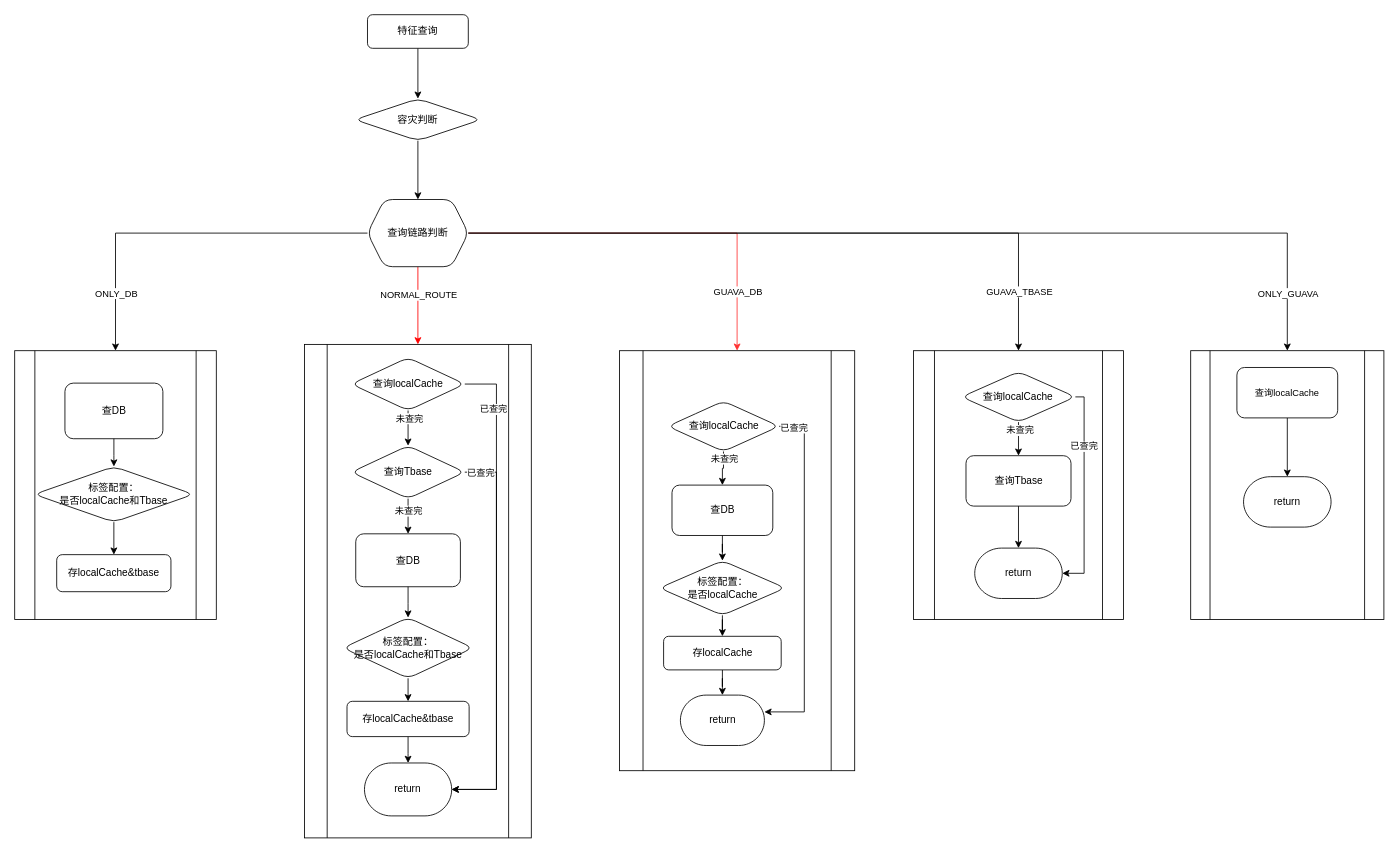
Before: doc/draw/缓存流程.drawio in LiYeLin/fruitSellerClient, a draw.io diagram. Source tidied: cells renumbered, new cells numbered last; positions are measured from the earlier drawing's top-left corner, leaving out a move shared by most shapes. Both pictures are drawn from the tidied source at 84%, with x=0, y=0 at pixel (14, 14).
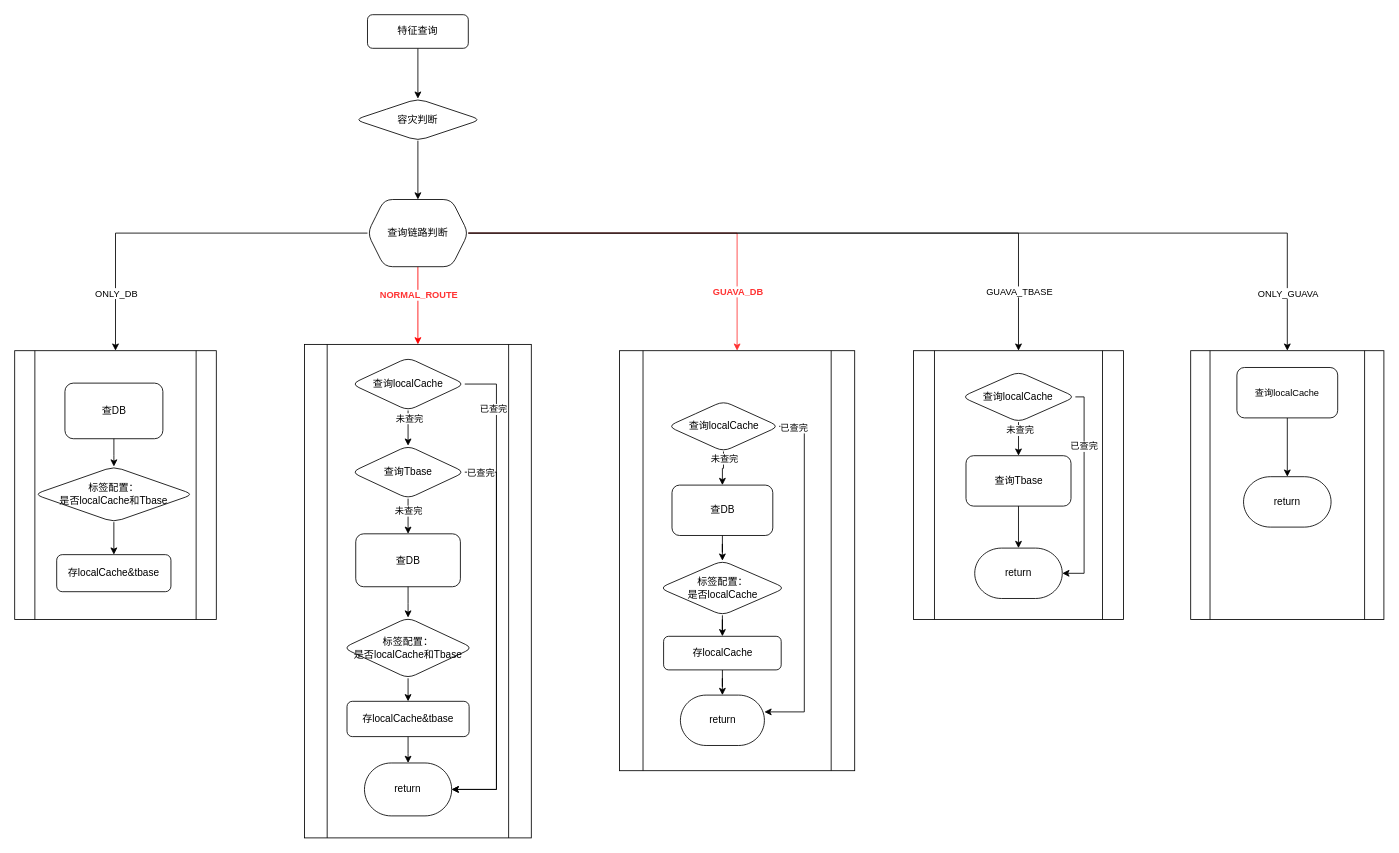
After the change.

Commit message:
更新缓存流程.drawio

Unchanged cells that the change refers to:
```xml
<mxCell id="6" style="edgeStyle=orthogonalEdgeStyle;rounded=0;jettySize=auto;html=1;strokeColor=#FF0000;" parent="1" edge="1" source="16" target="25">
  <mxGeometry relative="1" as="geometry" />
</mxCell>
<mxCell id="10" style="edgeStyle=orthogonalEdgeStyle;rounded=0;jettySize=auto;html=1;strokeColor=#FF3333;" parent="1" edge="1" source="16" target="44">
  <mxGeometry relative="1" as="geometry" />
</mxCell>
```

Change to the diagram source:
```diff
@@
-    <mxCell id="7" value="NORMAL_ROUTE" style="edgeLabel;html=1;align=center;verticalAlign=middle;" parent="6" vertex="1">
+    <mxCell id="7" value="&lt;font color=&quot;#ff3333&quot;&gt;&lt;b&gt;NORMAL_ROUTE&lt;/b&gt;&lt;/font&gt;" style="edgeLabel;html=1;align=center;verticalAlign=middle;" parent="6" vertex="1">
       <mxGeometry x="-0.3" relative="1" as="geometry">
         <mxPoint y="1" as="offset" />
       </mxGeometry>
     </mxCell>
@@
-    <mxCell id="11" value="GUAVA_DB" style="edgeLabel;html=1;align=center;verticalAlign=middle;" parent="10" vertex="1">
+    <mxCell id="11" value="&lt;font color=&quot;#ff3333&quot;&gt;&lt;b&gt;GUAVA_DB&lt;/b&gt;&lt;/font&gt;" style="edgeLabel;html=1;align=center;verticalAlign=middle;" parent="10" vertex="1">
       <mxGeometry x="0.42" relative="1" as="geometry">
         <mxPoint y="62" as="offset" />
       </mxGeometry>
     </mxCell>
```
